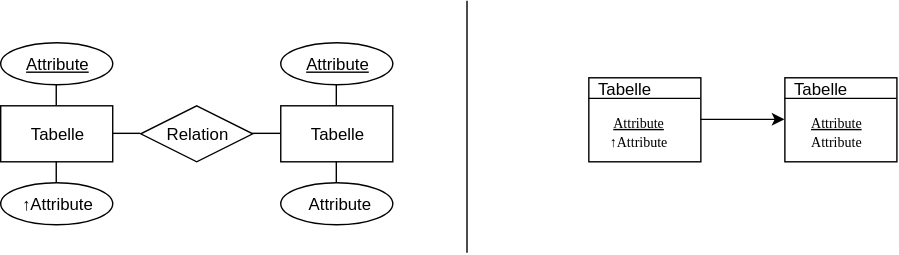
The draw.io diagram assets/LTI-diagrams-database-diagrams.svg in JaninaWibker/school-docs, before a commit. Source tidied: cells renumbered, new cells last; positions are measured from the earlier drawing's top-left corner, leaving out a move shared by most shapes. The source it was exported from:
```xml
<mxGraphModel>
  <root>
    <mxCell id="0" />
    <mxCell id="1" parent="0" />
    <mxCell id="2" value="Tabelle" style="rounded=0;whiteSpace=wrap;html=1;" parent="1" vertex="1">
      <mxGeometry y="75" width="80" height="40" as="geometry" />
    </mxCell>
    <mxCell id="3" value="&lt;u&gt;Attribute&lt;/u&gt;" style="ellipse;whiteSpace=wrap;html=1;" parent="1" vertex="1">
      <mxGeometry y="30" width="80" height="30" as="geometry" />
    </mxCell>
    <mxCell id="4" value="Relation" style="rhombus;whiteSpace=wrap;html=1;" parent="1" vertex="1">
      <mxGeometry x="100" y="75" width="80" height="40" as="geometry" />
    </mxCell>
    <mxCell id="5" style="endArrow=none;html=1;entryX=0.5;entryY=0;exitX=0.5;exitY=1;" parent="1" edge="1" source="3" target="2">
      <mxGeometry relative="1" as="geometry" />
    </mxCell>
    <mxCell id="6" value="↑Attribute" style="ellipse;whiteSpace=wrap;html=1;" parent="1" vertex="1">
      <mxGeometry y="130" width="80" height="30" as="geometry" />
    </mxCell>
    <mxCell id="7" style="endArrow=none;html=1;exitX=1;exitY=0.5;entryX=0;entryY=0.5;" parent="1" edge="1" source="2" target="4">
      <mxGeometry relative="1" as="geometry" />
    </mxCell>
    <mxCell id="8" style="endArrow=none;html=1;entryX=0.5;entryY=1;exitX=0.5;exitY=0;" parent="1" edge="1" source="6" target="2">
      <mxGeometry relative="1" as="geometry" />
    </mxCell>
    <mxCell id="9" value="Tabelle" style="rounded=0;whiteSpace=wrap;html=1;" parent="1" vertex="1">
      <mxGeometry x="200" y="75" width="80" height="40" as="geometry" />
    </mxCell>
    <mxCell id="10" style="endArrow=none;html=1;entryX=1;entryY=0.5;exitX=0;exitY=0.5;" parent="1" edge="1" source="9" target="4">
      <mxGeometry relative="1" as="geometry" />
    </mxCell>
    <mxCell id="11" value="&lt;u&gt;Attribute&lt;/u&gt;" style="ellipse;whiteSpace=wrap;html=1;" parent="1" vertex="1">
      <mxGeometry x="200" y="30" width="80" height="30" as="geometry" />
    </mxCell>
    <mxCell id="12" style="endArrow=none;html=1;entryX=0.5;entryY=0;exitX=0.5;exitY=1;" parent="1" edge="1" source="11" target="9">
      <mxGeometry relative="1" as="geometry" />
    </mxCell>
    <mxCell id="13" style="rounded=0;whiteSpace=wrap;html=1;" parent="1" vertex="1">
      <mxGeometry x="420" y="55" width="80" height="60" as="geometry" />
    </mxCell>
    <mxCell id="14" value="Tabelle" style="text;html=1;strokeColor=none;fillColor=none;align=center;verticalAlign=middle;whiteSpace=wrap;rounded=0;" parent="1" vertex="1">
      <mxGeometry x="420" y="55" width="50" height="15" as="geometry" />
    </mxCell>
    <mxCell id="15" style="endArrow=none;html=1;exitX=0;exitY=0.25;entryX=1;entryY=0.25;" parent="1" edge="1" source="13" target="13">
      <mxGeometry relative="1" as="geometry" />
    </mxCell>
    <mxCell id="16" value="&lt;div style=&quot;text-align: left&quot;&gt;&lt;font style=&quot;font-size: 10px&quot; face=&quot;Menlo&quot;&gt; &amp;nbsp;&lt;u&gt;Attribute&lt;/u&gt;&lt;/font&gt;&lt;/div&gt;&lt;div style=&quot;text-align: left&quot;&gt;&lt;font style=&quot;font-size: 10px&quot; face=&quot;Menlo&quot;&gt;↑Attribute&lt;/font&gt;&lt;/div&gt;" style="text;html=1;strokeColor=none;fillColor=none;align=center;verticalAlign=middle;whiteSpace=wrap;rounded=0;fontFamily=Menlo;" parent="1" vertex="1">
      <mxGeometry x="420" y="75" width="70" height="35" as="geometry" />
    </mxCell>
    <mxCell id="17" style="rounded=0;whiteSpace=wrap;html=1;" parent="1" vertex="1">
      <mxGeometry x="560" y="55" width="80" height="60" as="geometry" />
    </mxCell>
    <mxCell id="18" value="Tabelle" style="text;html=1;strokeColor=none;fillColor=none;align=center;verticalAlign=middle;whiteSpace=wrap;rounded=0;" parent="1" vertex="1">
      <mxGeometry x="560" y="55" width="50" height="15" as="geometry" />
    </mxCell>
    <mxCell id="19" style="endArrow=none;html=1;exitX=0;exitY=0.25;entryX=1;entryY=0.25;" parent="1" edge="1" source="17" target="17">
      <mxGeometry relative="1" as="geometry" />
    </mxCell>
    <mxCell id="20" value="&lt;div style=&quot;text-align: left&quot;&gt;&lt;font style=&quot;font-size: 10px&quot; face=&quot;Menlo&quot;&gt; &amp;nbsp;&lt;u&gt;Attribute&lt;/u&gt;&lt;/font&gt;&lt;/div&gt;&lt;div style=&quot;text-align: left&quot;&gt;&lt;font style=&quot;font-size: 10px&quot; face=&quot;Menlo&quot;&gt;&amp;nbsp;Attribute&lt;/font&gt;&lt;/div&gt;" style="text;html=1;strokeColor=none;fillColor=none;align=center;verticalAlign=middle;whiteSpace=wrap;rounded=0;" parent="1" vertex="1">
      <mxGeometry x="560" y="75" width="70" height="35" as="geometry" />
    </mxCell>
    <mxCell id="21" style="endArrow=classic;html=1;exitX=1;exitY=0.5;entryX=0;entryY=0.5;" parent="1" edge="1" source="13" target="17">
      <mxGeometry relative="1" as="geometry" />
    </mxCell>
    <mxCell id="22" style="endArrow=none;html=1;" parent="1" edge="1">
      <mxGeometry relative="1" as="geometry">
        <mxPoint x="333" y="180" as="sourcePoint" />
        <mxPoint x="333" as="targetPoint" />
      </mxGeometry>
    </mxCell>
    <mxCell id="23" value="&amp;nbsp;Attribute" style="ellipse;whiteSpace=wrap;html=1;" parent="1" vertex="1">
      <mxGeometry x="200" y="130" width="80" height="30" as="geometry" />
    </mxCell>
    <mxCell id="24" style="endArrow=none;html=1;entryX=0.5;entryY=1;exitX=0.5;exitY=0;" parent="1" edge="1" source="23" target="9">
      <mxGeometry relative="1" as="geometry" />
    </mxCell>
  </root>
</mxGraphModel>
```
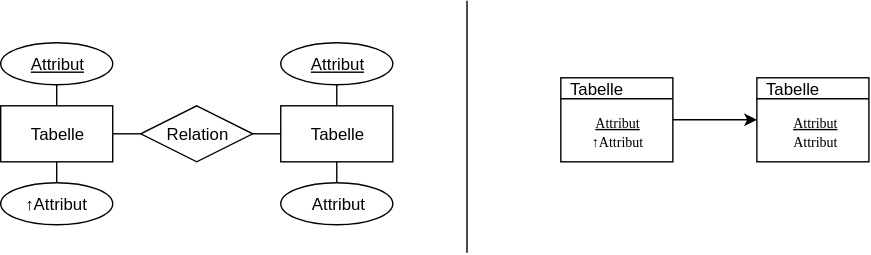
Later version of the same file.

Change to the diagram source:
```diff
@@ -2,19 +2,19 @@
   <root>
     <mxCell id="0" />
     <mxCell id="1" parent="0" />
-    <mxCell id="2" value="Tabelle" style="rounded=0;whiteSpace=wrap;html=1;" parent="1" vertex="1">
+    <mxCell id="2" value="Tabelle" style="rounded=0;whiteSpace=wrap;html=1;fillColor=none;" parent="1" vertex="1">
       <mxGeometry y="75" width="80" height="40" as="geometry" />
     </mxCell>
-    <mxCell id="3" value="&lt;u&gt;Attribute&lt;/u&gt;" style="ellipse;whiteSpace=wrap;html=1;" parent="1" vertex="1">
+    <mxCell id="3" value="&lt;u&gt;Attribut&lt;/u&gt;" style="ellipse;whiteSpace=wrap;html=1;fillColor=none;" parent="1" vertex="1">
       <mxGeometry y="30" width="80" height="30" as="geometry" />
     </mxCell>
-    <mxCell id="4" value="Relation" style="rhombus;whiteSpace=wrap;html=1;" parent="1" vertex="1">
+    <mxCell id="4" value="Relation" style="rhombus;whiteSpace=wrap;html=1;fillColor=none;" parent="1" vertex="1">
       <mxGeometry x="100" y="75" width="80" height="40" as="geometry" />
     </mxCell>
     <mxCell id="5" style="endArrow=none;html=1;entryX=0.5;entryY=0;exitX=0.5;exitY=1;" parent="1" edge="1" source="3" target="2">
       <mxGeometry relative="1" as="geometry" />
     </mxCell>
-    <mxCell id="6" value="↑Attribute" style="ellipse;whiteSpace=wrap;html=1;" parent="1" vertex="1">
+    <mxCell id="6" value="↑Attribut" style="ellipse;whiteSpace=wrap;html=1;fillColor=none;" parent="1" vertex="1">
       <mxGeometry y="130" width="80" height="30" as="geometry" />
     </mxCell>
     <mxCell id="7" style="endArrow=none;html=1;exitX=1;exitY=0.5;entryX=0;entryY=0.5;" parent="1" edge="1" source="2" target="4">
@@ -23,41 +23,41 @@
     <mxCell id="8" style="endArrow=none;html=1;entryX=0.5;entryY=1;exitX=0.5;exitY=0;" parent="1" edge="1" source="6" target="2">
       <mxGeometry relative="1" as="geometry" />
     </mxCell>
-    <mxCell id="9" value="Tabelle" style="rounded=0;whiteSpace=wrap;html=1;" parent="1" vertex="1">
+    <mxCell id="9" value="Tabelle" style="rounded=0;whiteSpace=wrap;html=1;fillColor=none;" parent="1" vertex="1">
       <mxGeometry x="200" y="75" width="80" height="40" as="geometry" />
     </mxCell>
     <mxCell id="10" style="endArrow=none;html=1;entryX=1;entryY=0.5;exitX=0;exitY=0.5;" parent="1" edge="1" source="9" target="4">
       <mxGeometry relative="1" as="geometry" />
     </mxCell>
-    <mxCell id="11" value="&lt;u&gt;Attribute&lt;/u&gt;" style="ellipse;whiteSpace=wrap;html=1;" parent="1" vertex="1">
+    <mxCell id="11" value="&lt;u&gt;Attribut&lt;/u&gt;" style="ellipse;whiteSpace=wrap;html=1;fillColor=none;" parent="1" vertex="1">
       <mxGeometry x="200" y="30" width="80" height="30" as="geometry" />
     </mxCell>
     <mxCell id="12" style="endArrow=none;html=1;entryX=0.5;entryY=0;exitX=0.5;exitY=1;" parent="1" edge="1" source="11" target="9">
       <mxGeometry relative="1" as="geometry" />
     </mxCell>
-    <mxCell id="13" style="rounded=0;whiteSpace=wrap;html=1;" parent="1" vertex="1">
-      <mxGeometry x="420" y="55" width="80" height="60" as="geometry" />
+    <mxCell id="13" style="rounded=0;whiteSpace=wrap;html=1;fillColor=none;" parent="1" vertex="1">
+      <mxGeometry x="400" y="55" width="80" height="60" as="geometry" />
     </mxCell>
     <mxCell id="14" value="Tabelle" style="text;html=1;strokeColor=none;fillColor=none;align=center;verticalAlign=middle;whiteSpace=wrap;rounded=0;" parent="1" vertex="1">
-      <mxGeometry x="420" y="55" width="50" height="15" as="geometry" />
+      <mxGeometry x="400" y="55" width="50" height="15" as="geometry" />
     </mxCell>
     <mxCell id="15" style="endArrow=none;html=1;exitX=0;exitY=0.25;entryX=1;entryY=0.25;" parent="1" edge="1" source="13" target="13">
       <mxGeometry relative="1" as="geometry" />
     </mxCell>
-    <mxCell id="16" value="&lt;div style=&quot;text-align: left&quot;&gt;&lt;font style=&quot;font-size: 10px&quot; face=&quot;Menlo&quot;&gt; &amp;nbsp;&lt;u&gt;Attribute&lt;/u&gt;&lt;/font&gt;&lt;/div&gt;&lt;div style=&quot;text-align: left&quot;&gt;&lt;font style=&quot;font-size: 10px&quot; face=&quot;Menlo&quot;&gt;↑Attribute&lt;/font&gt;&lt;/div&gt;" style="text;html=1;strokeColor=none;fillColor=none;align=center;verticalAlign=middle;whiteSpace=wrap;rounded=0;fontFamily=Menlo;" parent="1" vertex="1">
-      <mxGeometry x="420" y="75" width="70" height="35" as="geometry" />
+    <mxCell id="16" value="&lt;div style=&quot;text-align: left&quot;&gt;&lt;font style=&quot;font-size: 10px&quot; face=&quot;Menlo&quot;&gt; &amp;nbsp;&lt;u&gt;Attribut&lt;/u&gt;&lt;/font&gt;&lt;/div&gt;&lt;div style=&quot;text-align: left&quot;&gt;&lt;font style=&quot;font-size: 10px&quot; face=&quot;Menlo&quot;&gt;↑Attribut&lt;/font&gt;&lt;/div&gt;" style="text;html=1;strokeColor=none;fillColor=none;align=center;verticalAlign=middle;whiteSpace=wrap;rounded=0;fontFamily=Menlo;" parent="1" vertex="1">
+      <mxGeometry x="405" y="75" width="70" height="35" as="geometry" />
     </mxCell>
-    <mxCell id="17" style="rounded=0;whiteSpace=wrap;html=1;" parent="1" vertex="1">
-      <mxGeometry x="560" y="55" width="80" height="60" as="geometry" />
+    <mxCell id="17" style="rounded=0;whiteSpace=wrap;html=1;fillColor=none;" parent="1" vertex="1">
+      <mxGeometry x="540" y="55" width="80" height="60" as="geometry" />
     </mxCell>
     <mxCell id="18" value="Tabelle" style="text;html=1;strokeColor=none;fillColor=none;align=center;verticalAlign=middle;whiteSpace=wrap;rounded=0;" parent="1" vertex="1">
-      <mxGeometry x="560" y="55" width="50" height="15" as="geometry" />
+      <mxGeometry x="540" y="55" width="50" height="15" as="geometry" />
     </mxCell>
     <mxCell id="19" style="endArrow=none;html=1;exitX=0;exitY=0.25;entryX=1;entryY=0.25;" parent="1" edge="1" source="17" target="17">
       <mxGeometry relative="1" as="geometry" />
     </mxCell>
-    <mxCell id="20" value="&lt;div style=&quot;text-align: left&quot;&gt;&lt;font style=&quot;font-size: 10px&quot; face=&quot;Menlo&quot;&gt; &amp;nbsp;&lt;u&gt;Attribute&lt;/u&gt;&lt;/font&gt;&lt;/div&gt;&lt;div style=&quot;text-align: left&quot;&gt;&lt;font style=&quot;font-size: 10px&quot; face=&quot;Menlo&quot;&gt;&amp;nbsp;Attribute&lt;/font&gt;&lt;/div&gt;" style="text;html=1;strokeColor=none;fillColor=none;align=center;verticalAlign=middle;whiteSpace=wrap;rounded=0;" parent="1" vertex="1">
-      <mxGeometry x="560" y="75" width="70" height="35" as="geometry" />
+    <mxCell id="20" value="&lt;div style=&quot;text-align: left&quot;&gt;&lt;font style=&quot;font-size: 10px&quot; face=&quot;Menlo&quot;&gt; &amp;nbsp;&lt;u&gt;Attribut&lt;/u&gt;&lt;/font&gt;&lt;/div&gt;&lt;div style=&quot;text-align: left&quot;&gt;&lt;font style=&quot;font-size: 10px&quot; face=&quot;Menlo&quot;&gt;&amp;nbsp;Attribut&lt;/font&gt;&lt;/div&gt;" style="text;html=1;strokeColor=none;fillColor=none;align=center;verticalAlign=middle;whiteSpace=wrap;rounded=0;" parent="1" vertex="1">
+      <mxGeometry x="545" y="75" width="70" height="35" as="geometry" />
     </mxCell>
     <mxCell id="21" style="endArrow=classic;html=1;exitX=1;exitY=0.5;entryX=0;entryY=0.5;" parent="1" edge="1" source="13" target="17">
       <mxGeometry relative="1" as="geometry" />
@@ -68,7 +68,7 @@
         <mxPoint x="333" as="targetPoint" />
       </mxGeometry>
     </mxCell>
-    <mxCell id="23" value="&amp;nbsp;Attribute" style="ellipse;whiteSpace=wrap;html=1;" parent="1" vertex="1">
+    <mxCell id="23" value="&amp;nbsp;Attribut" style="ellipse;whiteSpace=wrap;html=1;fillColor=none;" parent="1" vertex="1">
       <mxGeometry x="200" y="130" width="80" height="30" as="geometry" />
     </mxCell>
     <mxCell id="24" style="endArrow=none;html=1;entryX=0.5;entryY=1;exitX=0.5;exitY=0;" parent="1" edge="1" source="23" target="9">
```
